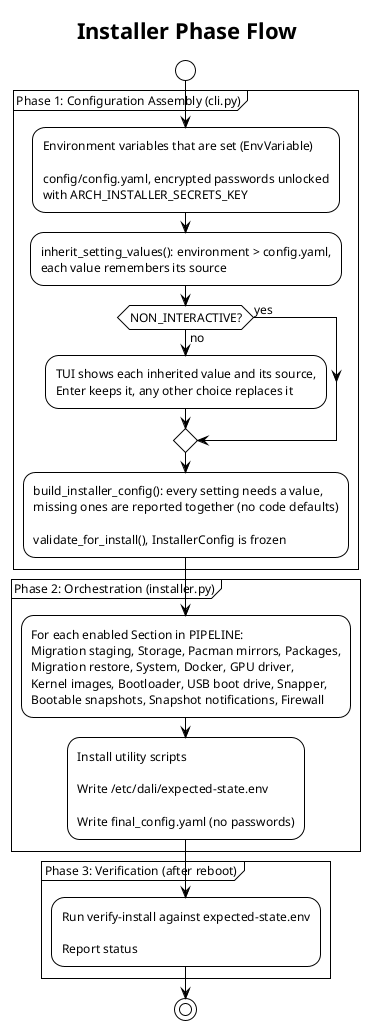
Earlier version of the PlantUML export docs/diagrams/installer-flow.png (kodoshi/arch_installer).
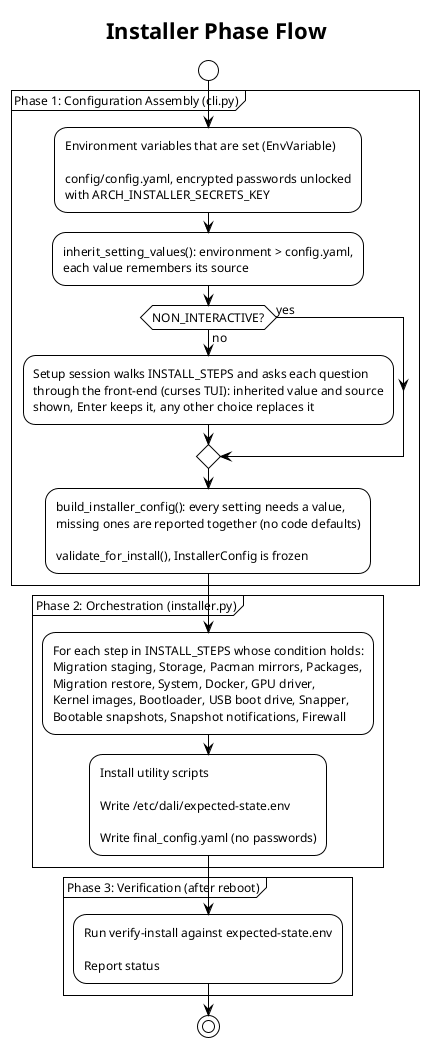
After the commit.

The edit, as a diff of the source:
```diff
@@ -10,14 +10,14 @@
     :Environment variables that are set (EnvVariable)\n\nconfig/config.yaml, encrypted passwords unlocked\nwith ARCH_INSTALLER_SECRETS_KEY;
     :inherit_setting_values(): environment > config.yaml,\neach value remembers its source;
     if (NON_INTERACTIVE?) then (no)
-        :TUI shows each inherited value and its source,\nEnter keeps it, any other choice replaces it;
+        :Setup session walks INSTALL_STEPS and asks each question\nthrough the front-end (curses TUI): inherited value and source\nshown, Enter keeps it, any other choice replaces it;
     else (yes)
     endif
     :build_installer_config(): every setting needs a value,\nmissing ones are reported together (no code defaults)\n\nvalidate_for_install(), InstallerConfig is frozen;
 }
 
 partition "Phase 2: Orchestration (installer.py)" {
-    :For each enabled Section in PIPELINE:\nMigration staging, Storage, Pacman mirrors, Packages,\nMigration restore, System, Docker, GPU driver,\nKernel images, Bootloader, USB boot drive, Snapper,\nBootable snapshots, Snapshot notifications, Firewall;
+    :For each step in INSTALL_STEPS whose condition holds:\nMigration staging, Storage, Pacman mirrors, Packages,\nMigration restore, System, Docker, GPU driver,\nKernel images, Bootloader, USB boot drive, Snapper,\nBootable snapshots, Snapshot notifications, Firewall;
     :Install utility scripts\n\nWrite /etc/dali/expected-state.env\n\nWrite final_config.yaml (no passwords);
 }
 
```
